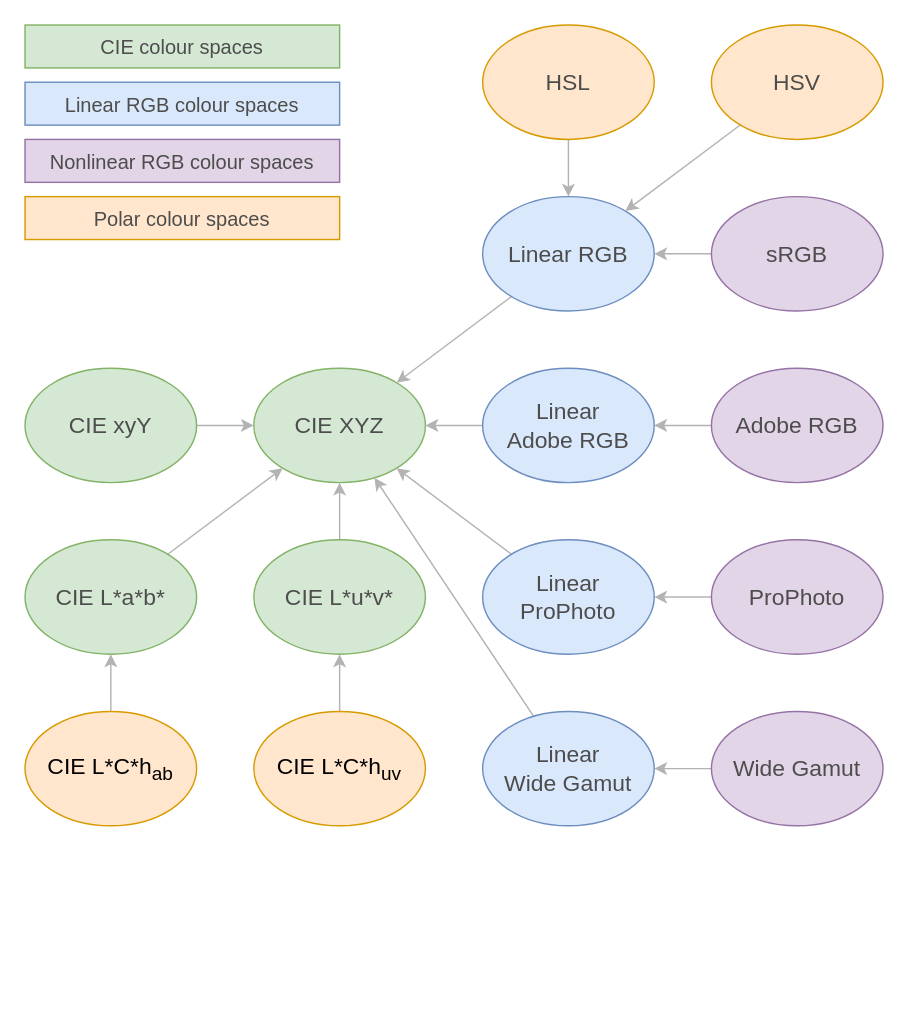
CaptainCrowbar/rs-graphics-core keeps this draw.io diagram as docs/images/colour-spaces.drawio. Above is the earlier version. Source tidied: cells renumbered, new cells numbered last; positions are measured from the earlier drawing's top-left corner, leaving out a move shared by most shapes. Both pictures are drawn from the tidied source at 143%, with x=0, y=0 at pixel (24, 24).
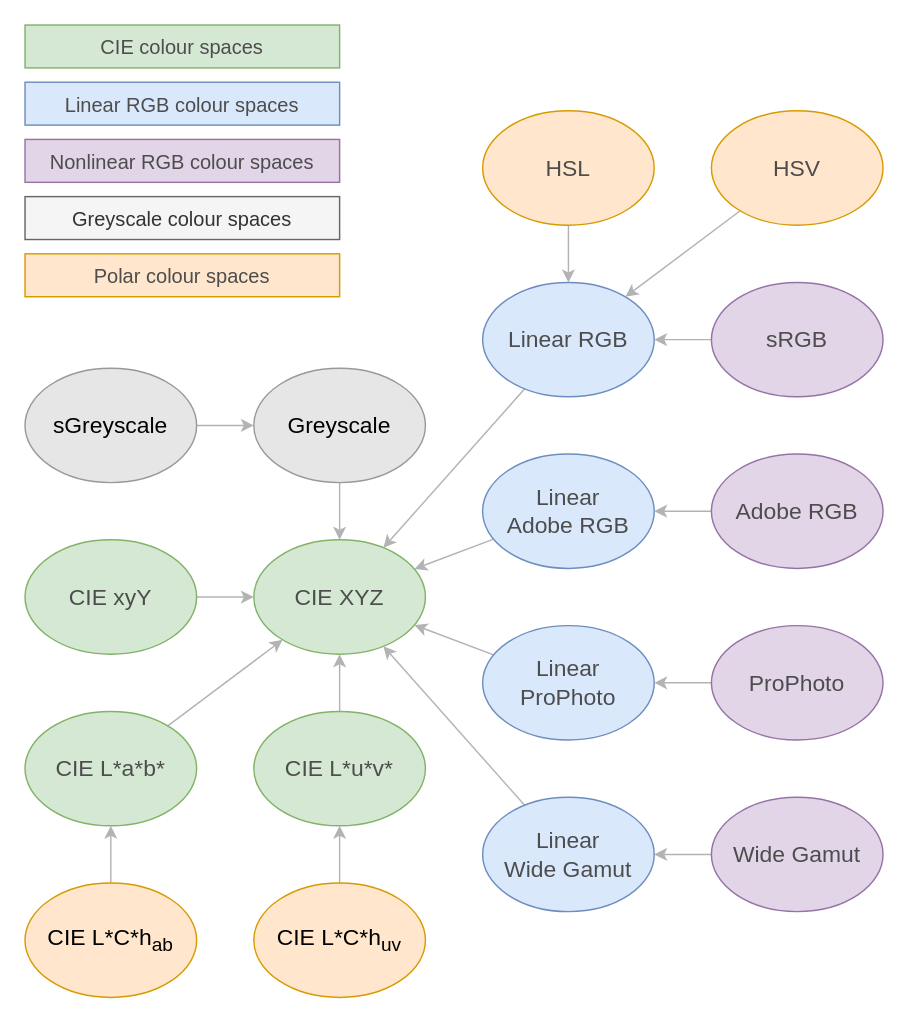
Above is the later version.

Commit message (it also covers changes not shown here):
Add greyscale colour spaces

Diff of the diagram source:
```diff
@@
     <mxCell id="2" value="&lt;font style=&quot;font-size: 16px&quot;&gt;CIE XYZ&lt;/font&gt;" style="ellipse;whiteSpace=wrap;html=1;fillColor=#d5e8d4;strokeColor=#82b366;fontColor=#4D4D4D;" parent="1" vertex="1">
-      <mxGeometry x="160" y="240" width="120" height="80" as="geometry" />
+      <mxGeometry x="160" y="360" width="120" height="80" as="geometry" />
     </mxCell>
@@
     <mxCell id="4" value="&lt;font style=&quot;font-size: 16px&quot;&gt;CIE xyY&lt;/font&gt;" style="ellipse;whiteSpace=wrap;html=1;fillColor=#d5e8d4;strokeColor=#82b366;fontColor=#4D4D4D;" parent="1" vertex="1">
-      <mxGeometry y="240" width="120" height="80" as="geometry" />
+      <mxGeometry y="360" width="120" height="80" as="geometry" />
     </mxCell>
@@
     <mxCell id="6" value="&lt;font style=&quot;font-size: 16px&quot;&gt;CIE L*a*b*&lt;/font&gt;" style="ellipse;whiteSpace=wrap;html=1;fillColor=#d5e8d4;strokeColor=#82b366;fontColor=#4D4D4D;" parent="1" vertex="1">
-      <mxGeometry y="360" width="120" height="80" as="geometry" />
+      <mxGeometry y="480" width="120" height="80" as="geometry" />
     </mxCell>
@@
     <mxCell id="8" value="&lt;font style=&quot;font-size: 16px&quot;&gt;CIE L*u*v*&lt;/font&gt;" style="ellipse;whiteSpace=wrap;html=1;fillColor=#d5e8d4;strokeColor=#82b366;fontColor=#4D4D4D;" parent="1" vertex="1">
-      <mxGeometry x="160" y="360" width="120" height="80" as="geometry" />
+      <mxGeometry x="160" y="480" width="120" height="80" as="geometry" />
     </mxCell>
@@
     <mxCell id="10" value="&lt;font&gt;&lt;font style=&quot;font-size: 16px&quot;&gt;Linear RGB&lt;/font&gt;&lt;br&gt;&lt;/font&gt;" style="ellipse;whiteSpace=wrap;html=1;fillColor=#dae8fc;strokeColor=#6c8ebf;fontColor=#4D4D4D;" parent="1" vertex="1">
-      <mxGeometry x="320" y="120" width="120" height="80" as="geometry" />
+      <mxGeometry x="320" y="180" width="120" height="80" as="geometry" />
     </mxCell>
@@
     <mxCell id="12" value="&lt;font&gt;&lt;font style=&quot;font-size: 16px&quot;&gt;Linear&lt;br&gt;Adobe RGB&lt;/font&gt;&lt;br&gt;&lt;/font&gt;" style="ellipse;whiteSpace=wrap;html=1;fillColor=#dae8fc;strokeColor=#6c8ebf;fontColor=#4D4D4D;" parent="1" vertex="1">
-      <mxGeometry x="320" y="240" width="120" height="80" as="geometry" />
+      <mxGeometry x="320" y="300" width="120" height="80" as="geometry" />
     </mxCell>
@@
     <mxCell id="14" value="&lt;font&gt;&lt;font style=&quot;font-size: 16px&quot;&gt;Linear&lt;br&gt;ProPhoto&lt;/font&gt;&lt;br&gt;&lt;/font&gt;" style="ellipse;whiteSpace=wrap;html=1;fillColor=#dae8fc;strokeColor=#6c8ebf;fontColor=#4D4D4D;" parent="1" vertex="1">
-      <mxGeometry x="320" y="360" width="120" height="80" as="geometry" />
+      <mxGeometry x="320" y="420" width="120" height="80" as="geometry" />
     </mxCell>
@@
     <mxCell id="16" value="&lt;font&gt;&lt;font style=&quot;font-size: 16px&quot;&gt;Linear&lt;br&gt;Wide Gamut&lt;/font&gt;&lt;br&gt;&lt;/font&gt;" style="ellipse;whiteSpace=wrap;html=1;fillColor=#dae8fc;strokeColor=#6c8ebf;fontColor=#4D4D4D;" parent="1" vertex="1">
-      <mxGeometry x="320" y="480" width="120" height="80" as="geometry" />
+      <mxGeometry x="320" y="540" width="120" height="80" as="geometry" />
     </mxCell>
@@
     <mxCell id="18" value="&lt;font&gt;&lt;font style=&quot;font-size: 16px&quot;&gt;sRGB&lt;/font&gt;&lt;br&gt;&lt;/font&gt;" style="ellipse;whiteSpace=wrap;html=1;fillColor=#e1d5e7;strokeColor=#9673a6;fontColor=#4D4D4D;" parent="1" vertex="1">
-      <mxGeometry x="480" y="120" width="120" height="80" as="geometry" />
+      <mxGeometry x="480" y="180" width="120" height="80" as="geometry" />
     </mxCell>
@@
     <mxCell id="20" value="&lt;font&gt;&lt;font style=&quot;font-size: 16px&quot;&gt;Adobe RGB&lt;/font&gt;&lt;br&gt;&lt;/font&gt;" style="ellipse;whiteSpace=wrap;html=1;fillColor=#e1d5e7;strokeColor=#9673a6;fontColor=#4D4D4D;" parent="1" vertex="1">
-      <mxGeometry x="480" y="240" width="120" height="80" as="geometry" />
+      <mxGeometry x="480" y="300" width="120" height="80" as="geometry" />
     </mxCell>
@@
     <mxCell id="22" value="&lt;font&gt;&lt;font style=&quot;font-size: 16px&quot;&gt;ProPhoto&lt;/font&gt;&lt;br&gt;&lt;/font&gt;" style="ellipse;whiteSpace=wrap;html=1;fillColor=#e1d5e7;strokeColor=#9673a6;fontColor=#4D4D4D;" parent="1" vertex="1">
-      <mxGeometry x="480" y="360" width="120" height="80" as="geometry" />
+      <mxGeometry x="480" y="420" width="120" height="80" as="geometry" />
     </mxCell>
@@
     <mxCell id="24" value="&lt;font&gt;&lt;font style=&quot;font-size: 16px&quot;&gt;Wide Gamut&lt;/font&gt;&lt;br&gt;&lt;/font&gt;" style="ellipse;whiteSpace=wrap;html=1;fillColor=#e1d5e7;strokeColor=#9673a6;fontColor=#4D4D4D;" parent="1" vertex="1">
-      <mxGeometry x="480" y="480" width="120" height="80" as="geometry" />
+      <mxGeometry x="480" y="540" width="120" height="80" as="geometry" />
     </mxCell>
@@
     <mxCell id="26" value="&lt;font&gt;&lt;font style=&quot;font-size: 16px&quot;&gt;HSL&lt;/font&gt;&lt;br&gt;&lt;/font&gt;" style="ellipse;whiteSpace=wrap;html=1;fillColor=#ffe6cc;strokeColor=#d79b00;fontColor=#4D4D4D;" parent="1" vertex="1">
-      <mxGeometry x="320" width="120" height="80" as="geometry" />
+      <mxGeometry x="320" y="60" width="120" height="80" as="geometry" />
     </mxCell>
@@
     <mxCell id="28" value="&lt;font&gt;&lt;font style=&quot;font-size: 16px&quot;&gt;HSV&lt;/font&gt;&lt;br&gt;&lt;/font&gt;" style="ellipse;whiteSpace=wrap;html=1;fillColor=#ffe6cc;strokeColor=#d79b00;fontColor=#4D4D4D;" parent="1" vertex="1">
-      <mxGeometry x="480" width="120" height="80" as="geometry" />
+      <mxGeometry x="480" y="60" width="120" height="80" as="geometry" />
     </mxCell>
@@
-    <mxCell id="32" value="&lt;span style=&quot;font-size: 14px ; text-align: left&quot;&gt;Polar colour spaces&lt;/span&gt;" style="rounded=0;whiteSpace=wrap;html=1;fontFamily=Helvetica;fontSize=16;strokeColor=#d79b00;fillColor=#ffe6cc;fontColor=#4D4D4D;" parent="1" vertex="1">
+    <mxCell id="32" value="&lt;span style=&quot;font-size: 14px ; text-align: left&quot;&gt;Greyscale colour spaces&lt;/span&gt;" style="rounded=0;whiteSpace=wrap;html=1;fontFamily=Helvetica;fontSize=16;strokeColor=#666666;fillColor=#f5f5f5;fontColor=#333333;" parent="1" vertex="1">
       <mxGeometry y="120" width="220" height="30" as="geometry" />
     </mxCell>
@@
     <mxCell id="34" value="&lt;font style=&quot;font-size: 16px&quot;&gt;CIE L*C*h&lt;sub&gt;ab&lt;/sub&gt;&lt;/font&gt;" style="ellipse;whiteSpace=wrap;html=1;fillColor=#ffe6cc;strokeColor=#d79b00;" parent="1" vertex="1">
-      <mxGeometry y="480" width="120" height="80" as="geometry" />
+      <mxGeometry y="600" width="120" height="80" as="geometry" />
     </mxCell>
@@
     <mxCell id="36" value="&lt;font style=&quot;font-size: 16px&quot;&gt;CIE L*C*h&lt;sub&gt;uv&lt;/sub&gt;&lt;/font&gt;" style="ellipse;whiteSpace=wrap;html=1;fillColor=#ffe6cc;strokeColor=#d79b00;" parent="1" vertex="1">
-      <mxGeometry x="160" y="480" width="120" height="80" as="geometry" />
+      <mxGeometry x="160" y="600" width="120" height="80" as="geometry" />
     </mxCell>
+    <mxCell id="37" value="&lt;span style=&quot;font-size: 14px ; text-align: left&quot;&gt;Polar colour spaces&lt;/span&gt;" style="rounded=0;whiteSpace=wrap;html=1;fontFamily=Helvetica;fontSize=16;strokeColor=#d79b00;fillColor=#ffe6cc;fontColor=#4D4D4D;" parent="1" vertex="1">
+      <mxGeometry y="160" width="220" height="30" as="geometry" />
+    </mxCell>
+    <mxCell id="38" style="edgeStyle=none;shape=connector;rounded=0;jettySize=auto;html=1;labelBackgroundColor=default;fontFamily=Helvetica;fontSize=11;fontColor=default;endArrow=classic;strokeColor=#B3B3B3;" parent="1" edge="1" source="39" target="2">
+      <mxGeometry relative="1" as="geometry" />
+    </mxCell>
+    <mxCell id="39" value="&lt;font style=&quot;font-size: 16px&quot;&gt;Greyscale&lt;/font&gt;" style="ellipse;whiteSpace=wrap;html=1;fillColor=#E6E6E6;strokeColor=#999999;" parent="1" vertex="1">
+      <mxGeometry x="160" y="240" width="120" height="80" as="geometry" />
+    </mxCell>
+    <mxCell id="40" style="edgeStyle=none;shape=connector;rounded=0;jettySize=auto;html=1;labelBackgroundColor=default;fontFamily=Helvetica;fontSize=11;fontColor=default;endArrow=classic;strokeColor=#B3B3B3;" parent="1" edge="1" source="41" target="39">
+      <mxGeometry relative="1" as="geometry" />
+    </mxCell>
+    <mxCell id="41" value="&lt;font style=&quot;font-size: 16px&quot;&gt;sGreyscale&lt;/font&gt;" style="ellipse;whiteSpace=wrap;html=1;fillColor=#E6E6E6;strokeColor=#999999;" parent="1" vertex="1">
+      <mxGeometry y="240" width="120" height="80" as="geometry" />
+    </mxCell>
```
